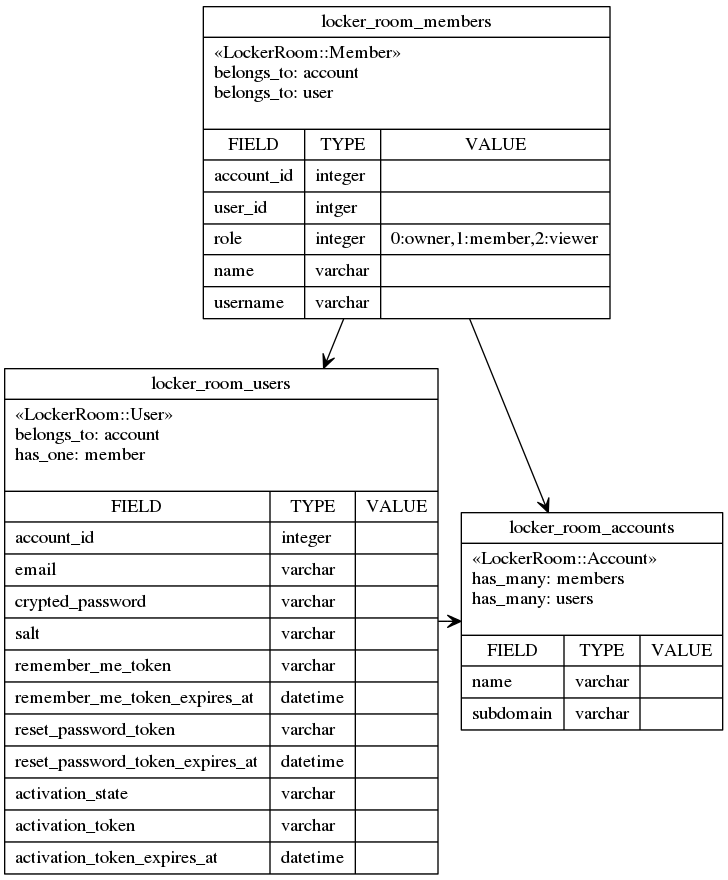
Before: doc/er.png, a diagram exported from Graphviz (grauwoelfchen/locker_room). Its source is kept beside it as doc/er.dot.
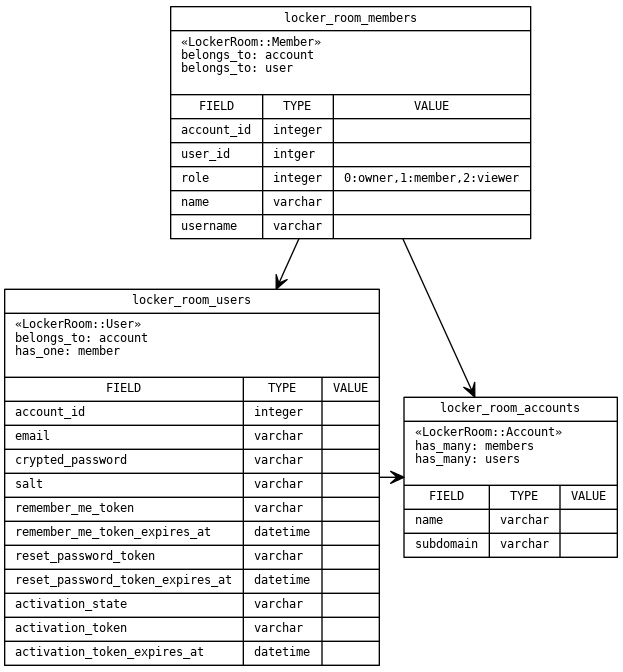
Later version of the same file.

The edit, as a diff of the source:
```diff
@@ -1,4 +1,13 @@
 digraph LockerRoom {
+  /**
+   * Style
+   *
+   */
+
+  graph [fontname = "DejaVuSansMono" fontsize = 9];
+  node  [fontname = "DejaVuSansMono" fontsize = 9];
+  edge  [fontname = "DejaVuSansMono" fontsize = 9];
+
   /**
    * Node
    *
@@ -89,13 +98,4 @@
 
   {rank=same; Member;};
   {rank=same; Account;User;};
-
-
-  /**
-   * Style
-   *
-   */
-
-  fontname = "Bitstream Vera Sans"
-  fontsize = 8
 }
```
